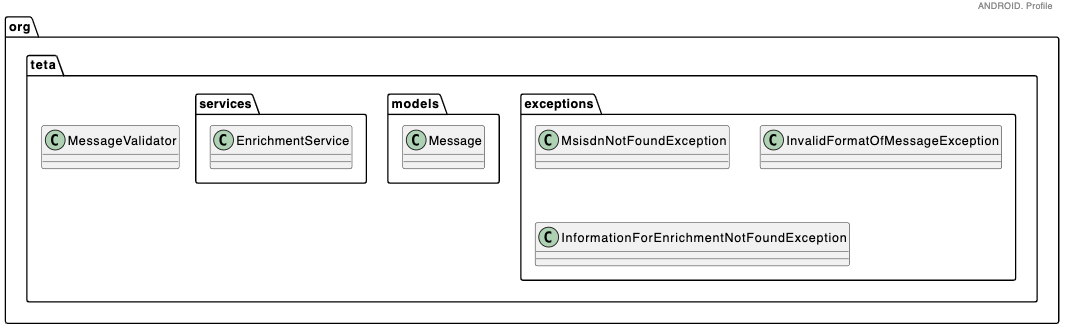
churchhellah/teta keeps this PlantUML diagram as local/images/cd.png. Above is the earlier version. Its source is kept beside it as local/cd.puml.
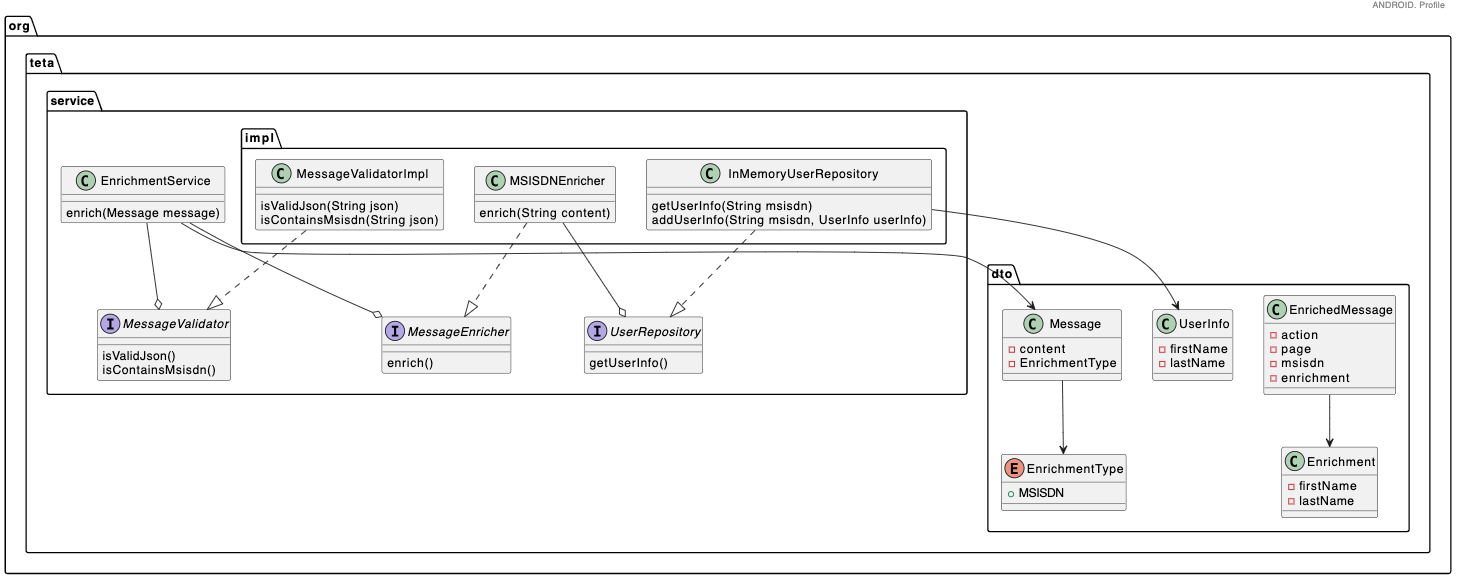
The same file after the commit.

Commit message:
актуализировал диаграмму классов

What changed in the source:
```diff
@@ -3,29 +3,68 @@
 
     package org.teta {
 
-        package exceptions {
-
-            class MsisdnNotFoundException {}
-
-            class InvalidFormatOfMessageException {}
-
-            class InformationForEnrichmentNotFoundException {}
-
+        package dto {
+            class EnrichedMessage {
+                -action
+                -page
+                -msisdn
+                -enrichment
+            }
+            class Enrichment {
+                -firstName
+                -lastName
+            }
+            class Message {
+                -content
+                -EnrichmentType
+            }
+            enum EnrichmentType {
+                +MSISDN
+            }
+            class UserInfo {
+                -firstName
+                -lastName
+            }
         }
 
-        package models {
-
-            class Message {}
-
+        package service {
+            package impl {
+                class InMemoryUserRepository {
+                    getUserInfo(String msisdn)
+                    addUserInfo(String msisdn, UserInfo userInfo)
+                }
+                class MessageValidatorImpl {
+                    isValidJson(String json)
+                    isContainsMsisdn(String json)
+                }
+                class MSISDNEnricher {
+                    enrich(String content)
+                }
+            }
+            interface MessageEnricher {
+                enrich()
+            }
+            interface MessageValidator {
+                isValidJson()
+                isContainsMsisdn()
+            }
+            interface UserRepository {
+                getUserInfo()
+            }
+            class EnrichmentService {
+                enrich(Message message)
+            }
         }
 
-        package services {
-
-            class EnrichmentService {}
-
-        }
-
-        class MessageValidator {}
-
+        EnrichedMessage --> Enrichment
+        Message --> EnrichmentType
+        InMemoryUserRepository ..|> UserRepository
+        MessageValidatorImpl ..|> MessageValidator
+        MSISDNEnricher ..|> MessageEnricher
+        InMemoryUserRepository --> UserInfo
+        MSISDNEnricher --o UserRepository
+        EnrichmentService --o MessageValidator
+        EnrichmentService --o MessageEnricher
+        EnrichmentService --> Message
     }
 @enduml
```
